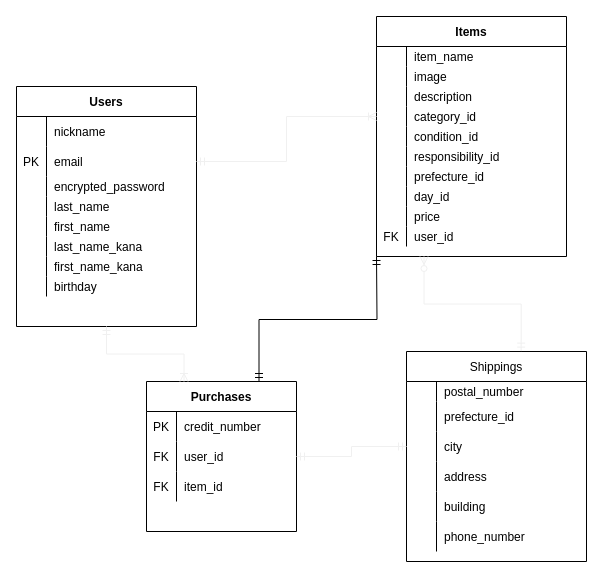
The draw.io diagram er_diagram.dio in MaruyakiLog/furima-32890, before the edit. Source tidied: cells renumbered, new cells numbered last; positions are measured from the earlier drawing's top-left corner, leaving out a move shared by most shapes. Both pictures are drawn from the tidied source at 100%, with x=0, y=0 at pixel (16, 16).
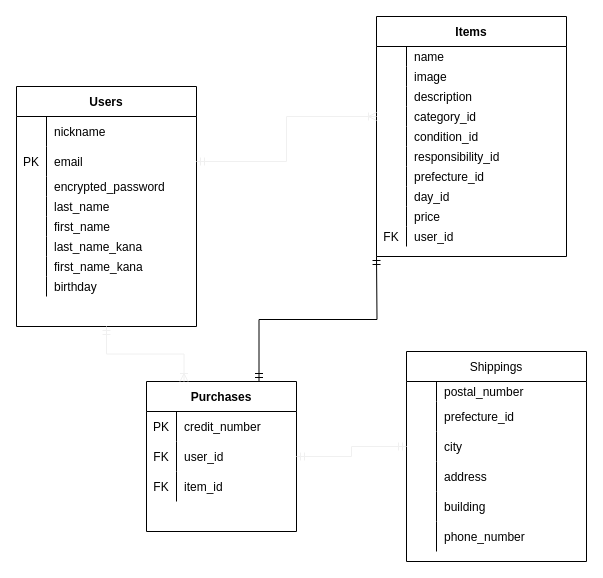
The same page after the edit.

Commit message (it also covers changes not shown here):
README作成(DB設計)_レビュー指摘箇所の修正(3回目)

The change refers to these unchanged cells:
```xml
<mxCell id="27" value="Items" style="shape=table;startSize=30;childLayout=tableLayout;rowLines=0;fontStyle=1;align=center;" parent="1" vertex="1">
  <mxGeometry x="360" width="190" height="240" as="geometry" />
</mxCell>
<mxCell id="28" style="shape=partialRectangle;fillColor=none;top=0;left=0;bottom=0;right=0;" parent="27" vertex="1">
  <mxGeometry y="30" width="190" height="20" as="geometry" />
</mxCell>
<mxCell id="68" value="Shippings" style="shape=table;startSize=30;childLayout=tableLayout;rowLines=0;fontStyle=0;align=center;" parent="1" vertex="1">
  <mxGeometry x="390" y="335" width="180" height="210" as="geometry" />
</mxCell>
```

The edit, as a diff of the source:
```diff
@@
-    <mxCell id="30" value="item_name" style="shape=partialRectangle;fillColor=none;top=0;left=0;bottom=0;right=0;align=left;spacingLeft=6;overflow=hidden;" parent="28" vertex="1">
+    <mxCell id="30" value="name" style="shape=partialRectangle;fillColor=none;top=0;left=0;bottom=0;right=0;align=left;spacingLeft=6;overflow=hidden;" parent="28" vertex="1">
       <mxGeometry x="30" width="160" height="20" as="geometry" />
     </mxCell>
@@
-    <mxCell id="90" style="edgeStyle=orthogonalEdgeStyle;fontSize=12;html=1;endArrow=ERzeroToMany;startArrow=ERmandOne;strokeColor=#f0f0f0;exitX=0.637;exitY=-0.002;exitDx=0;exitDy=0;exitPerimeter=0;rounded=0;entryX=0.25;entryY=1;entryDx=0;entryDy=0;" parent="1" edge="1" source="68" target="27">
-      <mxGeometry relative="1" as="geometry" />
-    </mxCell>
```
